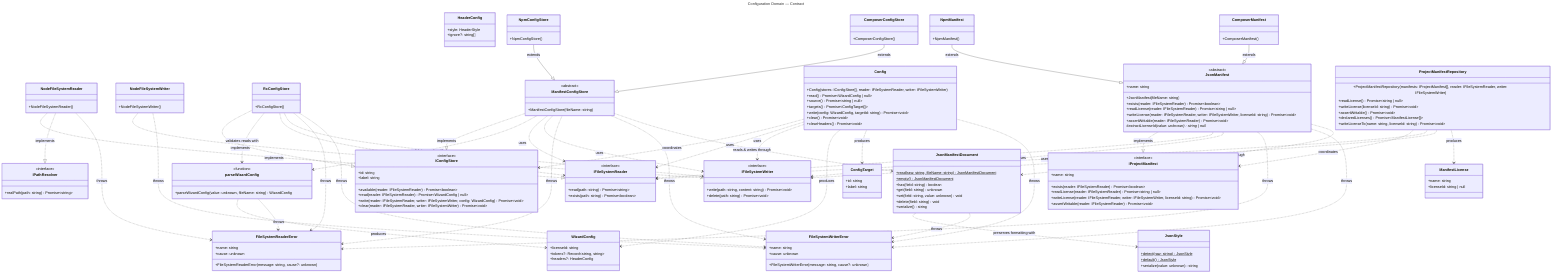
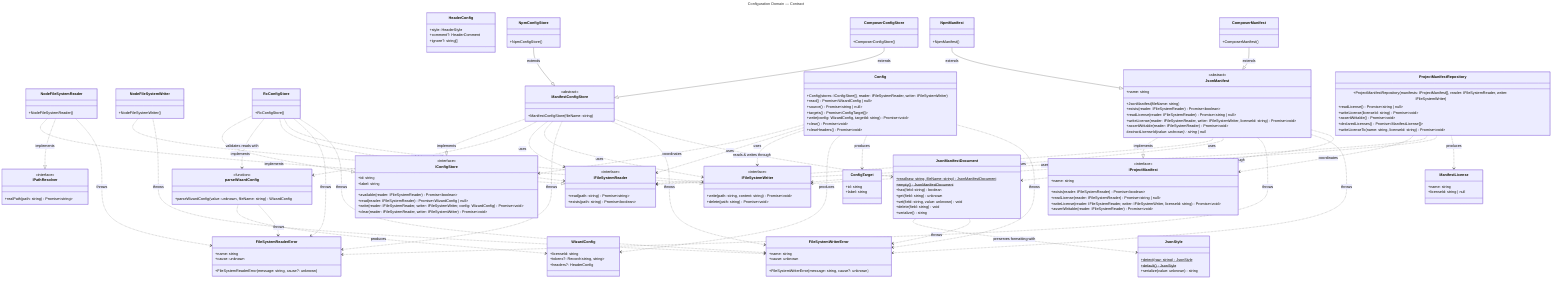
---
title: Configuration Domain — Contract
---
classDiagram
  direction TB

  %% Domain: Configuration (src/configuration)
  %% Focused per-domain view extracted from ../class-diagram.mmd.
  %% Shows ONLY Configuration-domain classes and their intra-domain relationships.
  %% Cross-domain relationships (consumed by the bootstrap, Licensing, Headers and
  %% Verify; HeaderConfig references HeaderStyle from Headers) are intentionally
  %% omitted — see ../class-diagram.mmd for the full picture.
  %%
-   %% HeaderConfig belongs to this domain but its only relationship (to HeaderStyle)
-   %% crosses into Headers, so it appears here without intra-domain edges.
+   %% HeaderConfig belongs to this domain but its only relationships (to HeaderStyle
+   %% and HeaderComment) cross into Headers, so it appears here without intra-domain
+   %% edges.

  class IFileSystemReader {
    <<interface>>
    +read(path: string) Promise~string~
    +exists(path: string) Promise~boolean~
  }

  class IPathResolver {
    <<interface>>
    +realPath(path: string) Promise~string~
  }

  class IFileSystemWriter {
    <<interface>>
    +write(path: string, content: string) Promise~void~
    +delete(path: string) Promise~void~
  }

  class NodeFileSystemReader {
    +NodeFileSystemReader()
  }

  class NodeFileSystemWriter {
    +NodeFileSystemWriter()
  }

  class FileSystemReaderError {
    +name: string
    +cause: unknown
    +FileSystemReaderError(message: string, cause?: unknown)
  }

  class FileSystemWriterError {
    +name: string
    +cause: unknown
    +FileSystemWriterError(message: string, cause?: unknown)
  }

  class WizardConfig {
    +licenseId: string
    +tokens?: Record~string, string~
    +headers?: HeaderConfig
  }

  class HeaderConfig {
    +style: HeaderStyle
+     +comment?: HeaderComment
    +ignore?: string[]
  }

  %% Module-level validator co-located with WizardConfig; the config stores run
  %% every parsed config through it on read so a malformed file is rejected
  %% (named) up front instead of casting unchecked.
  class parseWizardConfig {
    <<function>>
    +parseWizardConfig(value: unknown, fileName: string) WizardConfig
  }

  class ConfigTarget {
    +id: string
    +label: string
  }

  class IConfigStore {
    <<interface>>
    +id: string
    +label: string
    +available(reader: IFileSystemReader) Promise~boolean~
    +read(reader: IFileSystemReader) Promise~WizardConfig | null~
    +write(reader: IFileSystemReader, writer: IFileSystemWriter, config: WizardConfig) Promise~void~
    +clear(reader: IFileSystemReader, writer: IFileSystemWriter) Promise~void~
  }

  class RcConfigStore {
    +RcConfigStore()
  }

  class ManifestConfigStore {
    <<abstract>>
    +ManifestConfigStore(fileName: string)
  }

  class NpmConfigStore {
    +NpmConfigStore()
  }

  class ComposerConfigStore {
    +ComposerConfigStore()
  }

  class Config {
    +Config(stores: IConfigStore[], reader: IFileSystemReader, writer: IFileSystemWriter)
    +read() Promise~WizardConfig | null~
    +source() Promise~string | null~
    +targets() Promise~ConfigTarget[]~
    +write(config: WizardConfig, targetId: string) Promise~void~
    +clear() Promise~void~
    +clearHeaders() Promise~void~
  }

  class IProjectManifest {
    <<interface>>
    +name: string
    +exists(reader: IFileSystemReader) Promise~boolean~
    +readLicense(reader: IFileSystemReader) Promise~string | null~
    +writeLicense(reader: IFileSystemReader, writer: IFileSystemWriter, licenseId: string) Promise~void~
    +assertWritable(reader: IFileSystemReader) Promise~void~
  }

  class JsonManifest {
    <<abstract>>
    +JsonManifest(fileName: string)
    +name: string
    +exists(reader: IFileSystemReader) Promise~boolean~
    +readLicense(reader: IFileSystemReader) Promise~string | null~
    +writeLicense(reader: IFileSystemReader, writer: IFileSystemWriter, licenseId: string) Promise~void~
    +assertWritable(reader: IFileSystemReader) Promise~void~
    #extractLicenseId(value: unknown)* string | null
  }

  class NpmManifest {
    +NpmManifest()
  }

  class ComposerManifest {
    +ComposerManifest()
  }

  class ProjectManifestRepository {
    +ProjectManifestRepository(manifests: IProjectManifest[], reader: IFileSystemReader, writer: IFileSystemWriter)
    +readLicense() Promise~string | null~
    +writeLicense(licenseId: string) Promise~void~
    +assertWritable() Promise~void~
    +declaredLicenses() Promise~ManifestLicense[]~
    +writeLicenseTo(name: string, licenseId: string) Promise~void~
  }

  class ManifestLicense {
    +name: string
    +licenseId: string | null
  }

  class JsonManifestDocument {
    +read(raw: string, fileName: string)$ JsonManifestDocument
    +empty()$ JsonManifestDocument
    +has(field: string) boolean
    +get(field: string) unknown
    +set(field: string, value: unknown) void
    +delete(field: string) void
    +serialize() string
  }

  class JsonStyle {
    +detect(raw: string)$ JsonStyle
    +default()$ JsonStyle
    +serialize(value: unknown) string
  }

  NodeFileSystemReader ..|> IFileSystemReader : implements
  NodeFileSystemReader ..|> IPathResolver : implements
  NodeFileSystemWriter ..|> IFileSystemWriter : implements
  NodeFileSystemReader ..> FileSystemReaderError : throws
  NodeFileSystemWriter ..> FileSystemWriterError : throws
  Config ..> IConfigStore : coordinates
  Config ..> IFileSystemReader : uses
  Config ..> IFileSystemWriter : uses
  Config ..> WizardConfig : produces
  Config ..> ConfigTarget : produces
  Config ..> FileSystemWriterError : throws
  RcConfigStore ..|> IConfigStore : implements
  ManifestConfigStore ..|> IConfigStore : implements
  NpmConfigStore --|> ManifestConfigStore : extends
  ComposerConfigStore --|> ManifestConfigStore : extends
  RcConfigStore ..> parseWizardConfig : validates reads with
  ManifestConfigStore ..> parseWizardConfig : validates reads with
  parseWizardConfig ..> WizardConfig : produces
  parseWizardConfig ..> FileSystemReaderError : throws
  RcConfigStore ..> IFileSystemReader : uses
  RcConfigStore ..> IFileSystemWriter : uses
  RcConfigStore ..> FileSystemReaderError : throws
  RcConfigStore ..> FileSystemWriterError : throws
  ManifestConfigStore ..> IFileSystemReader : uses
  ManifestConfigStore ..> IFileSystemWriter : uses
  ManifestConfigStore ..> FileSystemReaderError : throws
  ManifestConfigStore ..> FileSystemWriterError : throws
  JsonManifest ..|> IProjectManifest : implements
  NpmManifest --|> JsonManifest : extends
  ComposerManifest --|> JsonManifest : extends
  JsonManifest ..> IFileSystemReader : uses
  JsonManifest ..> IFileSystemWriter : uses
  JsonManifest ..> FileSystemReaderError : throws
  JsonManifest ..> FileSystemWriterError : throws
  JsonManifest ..> JsonManifestDocument : reads & writes through
  ManifestConfigStore ..> JsonManifestDocument : reads & writes through
  JsonManifestDocument ..> JsonStyle : preserves formatting with
  JsonManifestDocument ..> FileSystemWriterError : throws
  ProjectManifestRepository ..> IProjectManifest : coordinates
  ProjectManifestRepository ..> IFileSystemReader : uses
  ProjectManifestRepository ..> IFileSystemWriter : uses
  ProjectManifestRepository ..> ManifestLicense : produces
